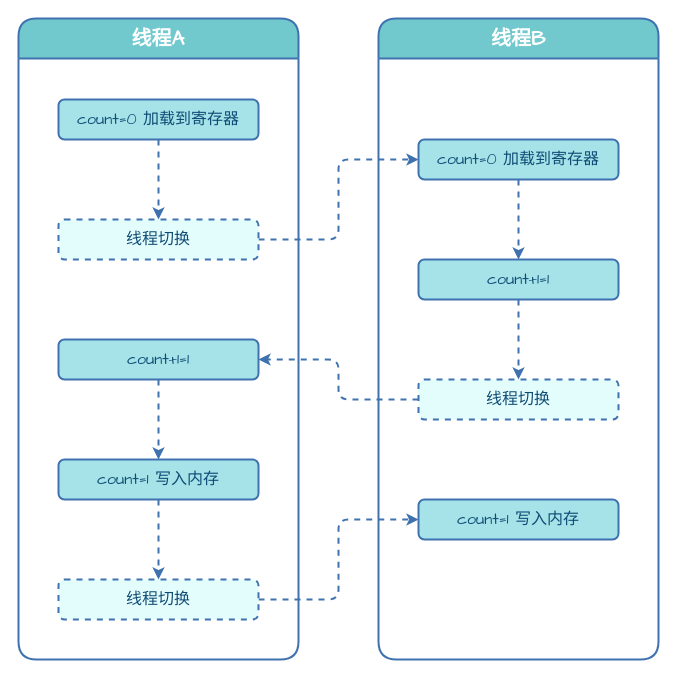
Before: page "多线程执行" (4 of 7) of assets/Java/JavaCore/并发/Java并发之线程.drawio in dunwu/waterdrop, a draw.io diagram. Source tidied: cells renumbered, new cells numbered last; positions are measured from the earlier drawing's top-left corner, leaving out a move shared by most shapes. Both pictures are drawn from the tidied source at 100%, with x=0, y=0 at pixel (18, 18).
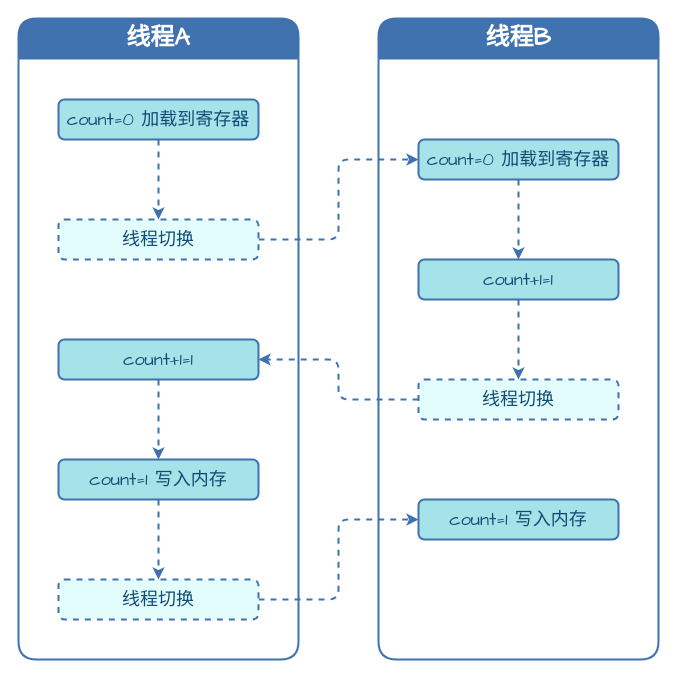
The same diagram, later.

Change to the diagram source:
```diff
@@
-    <mxCell id="2" style="edgeStyle=orthogonalEdgeStyle;shape=connector;rounded=0;jettySize=auto;html=1;entryX=0.5;entryY=0;entryDx=0;entryDy=0;dashed=1;labelBackgroundColor=default;strokeColor=#3F72AF;strokeWidth=2;align=center;verticalAlign=middle;fontFamily=Comic Sans MS;fontSize=11;fontColor=#0F4C75;startArrow=none;startFill=0;endArrow=classic;" parent="1" edge="1" source="3" target="6">
+    <mxCell id="2" style="edgeStyle=orthogonalEdgeStyle;shape=connector;rounded=0;jettySize=auto;html=1;entryX=0.5;entryY=0;entryDx=0;entryDy=0;dashed=1;labelBackgroundColor=default;strokeColor=#3F72AF;strokeWidth=2;align=center;verticalAlign=middle;fontFamily=Comic Sans MS;fontSize=18;fontColor=#0F4C75;startArrow=none;startFill=0;endArrow=classic;" parent="1" edge="1" source="3" target="6">
       <mxGeometry relative="1" as="geometry" />
     </mxCell>
-    <mxCell id="3" value="count=0 加载到寄存器" style="rounded=1;whiteSpace=wrap;html=1;hachureGap=4;strokeColor=#3F72AF;fontFamily=Comic Sans MS;fontSize=16;fillColor=#A6E3E9;fontStyle=0;shadow=0;strokeWidth=2;fontColor=#0F4C75;" parent="1" vertex="1">
+    <mxCell id="3" value="count=0 加载到寄存器" style="rounded=1;whiteSpace=wrap;html=1;hachureGap=4;strokeColor=#3F72AF;fontFamily=Comic Sans MS;fontSize=18;fillColor=#A6E3E9;fontStyle=0;shadow=0;strokeWidth=2;fontColor=#0F4C75;" parent="1" vertex="1">
       <mxGeometry x="40" y="81" width="200" height="40" as="geometry" />
     </mxCell>
-    <mxCell id="4" style="edgeStyle=orthogonalEdgeStyle;rounded=0;orthogonalLoop=1;jettySize=auto;html=1;exitX=0.5;exitY=1;exitDx=0;exitDy=0;fontColor=#0F4C75;fontFamily=Comic Sans MS;strokeWidth=2;strokeColor=#3F72AF;" parent="1" edge="1">
+    <mxCell id="4" style="edgeStyle=orthogonalEdgeStyle;rounded=0;orthogonalLoop=1;jettySize=auto;html=1;exitX=0.5;exitY=1;exitDx=0;exitDy=0;fontColor=#0F4C75;fontFamily=Comic Sans MS;strokeWidth=2;strokeColor=#3F72AF;fontSize=18;" parent="1" edge="1">
       <mxGeometry relative="1" as="geometry">
         <mxPoint x="300" y="361" as="sourcePoint" />
         <mxPoint x="300" y="361" as="targetPoint" />
       </mxGeometry>
     </mxCell>
-    <mxCell id="5" style="edgeStyle=orthogonalEdgeStyle;shape=connector;rounded=1;jettySize=auto;html=1;entryX=0;entryY=0.5;entryDx=0;entryDy=0;dashed=1;labelBackgroundColor=default;strokeColor=#3F72AF;strokeWidth=2;align=center;verticalAlign=middle;fontFamily=Comic Sans MS;fontSize=11;fontColor=#0F4C75;startArrow=none;startFill=0;endArrow=classic;" parent="1" edge="1" source="6" target="21">
+    <mxCell id="5" style="edgeStyle=orthogonalEdgeStyle;shape=connector;rounded=1;jettySize=auto;html=1;entryX=0;entryY=0.5;entryDx=0;entryDy=0;dashed=1;labelBackgroundColor=default;strokeColor=#3F72AF;strokeWidth=2;align=center;verticalAlign=middle;fontFamily=Comic Sans MS;fontSize=18;fontColor=#0F4C75;startArrow=none;startFill=0;endArrow=classic;" parent="1" edge="1" source="6" target="21">
       <mxGeometry relative="1" as="geometry" />
     </mxCell>
-    <mxCell id="6" value="线程切换" style="rounded=1;whiteSpace=wrap;html=1;hachureGap=4;strokeColor=#3F72AF;fontFamily=Comic Sans MS;fontSize=16;fillColor=#E3FDFD;fontStyle=0;shadow=0;fontColor=#0F4C75;strokeWidth=2;dashed=1;" parent="1" vertex="1">
+    <mxCell id="6" value="线程切换" style="rounded=1;whiteSpace=wrap;html=1;hachureGap=4;strokeColor=#3F72AF;fontFamily=Comic Sans MS;fontSize=18;fillColor=#E3FDFD;fontStyle=0;shadow=0;fontColor=#0F4C75;strokeWidth=2;dashed=1;" parent="1" vertex="1">
       <mxGeometry x="40" y="201" width="200" height="40" as="geometry" />
     </mxCell>
-    <mxCell id="7" style="edgeStyle=orthogonalEdgeStyle;shape=connector;rounded=1;jettySize=auto;html=1;entryX=1;entryY=0.5;entryDx=0;entryDy=0;dashed=1;labelBackgroundColor=default;strokeColor=#3F72AF;strokeWidth=2;align=center;verticalAlign=middle;fontFamily=Comic Sans MS;fontSize=11;fontColor=#0F4C75;startArrow=none;startFill=0;endArrow=classic;" parent="1" edge="1" source="19" target="10">
+    <mxCell id="7" style="edgeStyle=orthogonalEdgeStyle;shape=connector;rounded=1;jettySize=auto;html=1;entryX=1;entryY=0.5;entryDx=0;entryDy=0;dashed=1;labelBackgroundColor=default;strokeColor=#3F72AF;strokeWidth=2;align=center;verticalAlign=middle;fontFamily=Comic Sans MS;fontSize=18;fontColor=#0F4C75;startArrow=none;startFill=0;endArrow=classic;" parent="1" edge="1" source="19" target="10">
       <mxGeometry relative="1" as="geometry" />
     </mxCell>
-    <mxCell id="8" style="edgeStyle=orthogonalEdgeStyle;shape=connector;rounded=1;jettySize=auto;html=1;dashed=1;labelBackgroundColor=default;strokeColor=#3F72AF;strokeWidth=2;align=center;verticalAlign=middle;fontFamily=Comic Sans MS;fontSize=11;fontColor=#0F4C75;startArrow=none;startFill=0;endArrow=classic;entryX=0;entryY=0.5;entryDx=0;entryDy=0;" parent="1" edge="1" source="13" target="18">
+    <mxCell id="8" style="edgeStyle=orthogonalEdgeStyle;shape=connector;rounded=1;jettySize=auto;html=1;dashed=1;labelBackgroundColor=default;strokeColor=#3F72AF;strokeWidth=2;align=center;verticalAlign=middle;fontFamily=Comic Sans MS;fontSize=18;fontColor=#0F4C75;startArrow=none;startFill=0;endArrow=classic;entryX=0;entryY=0.5;entryDx=0;entryDy=0;" parent="1" edge="1" source="13" target="18">
       <mxGeometry relative="1" as="geometry" />
     </mxCell>
-    <mxCell id="9" value="线程A" style="swimlane;whiteSpace=wrap;html=1;fontFamily=Comic Sans MS;fontSize=20;fillColor=#71C9CE;strokeColor=#3F72AF;startSize=40;strokeWidth=2;fontColor=#FFFFFF;rounded=1;" parent="1" vertex="1">
+    <mxCell id="9" value="线程A" style="swimlane;whiteSpace=wrap;html=1;fontFamily=Comic Sans MS;fontSize=24;fillColor=#3F72AF;strokeColor=#3F72AF;startSize=40;strokeWidth=2;fontColor=#FFFFFF;rounded=1;" parent="1" vertex="1">
       <mxGeometry width="280" height="641" as="geometry" />
     </mxCell>
-    <mxCell id="10" value="count+1=1" style="rounded=1;whiteSpace=wrap;html=1;hachureGap=4;strokeColor=#3F72AF;fontFamily=Comic Sans MS;fontSize=16;fillColor=#A6E3E9;fontStyle=0;shadow=0;strokeWidth=2;fontColor=#0F4C75;" parent="9" vertex="1">
+    <mxCell id="10" value="count+1=1" style="rounded=1;whiteSpace=wrap;html=1;hachureGap=4;strokeColor=#3F72AF;fontFamily=Comic Sans MS;fontSize=18;fillColor=#A6E3E9;fontStyle=0;shadow=0;strokeWidth=2;fontColor=#0F4C75;" parent="9" vertex="1">
       <mxGeometry x="40" y="321" width="200" height="40" as="geometry" />
     </mxCell>
-    <mxCell id="11" value="count=1 写入内存" style="rounded=1;whiteSpace=wrap;html=1;hachureGap=4;strokeColor=#3F72AF;fontFamily=Comic Sans MS;fontSize=16;fillColor=#A6E3E9;fontStyle=0;shadow=0;strokeWidth=2;fontColor=#0F4C75;" parent="9" vertex="1">
+    <mxCell id="11" value="count=1 写入内存" style="rounded=1;whiteSpace=wrap;html=1;hachureGap=4;strokeColor=#3F72AF;fontFamily=Comic Sans MS;fontSize=18;fillColor=#A6E3E9;fontStyle=0;shadow=0;strokeWidth=2;fontColor=#0F4C75;" parent="9" vertex="1">
       <mxGeometry x="40" y="441" width="200" height="40" as="geometry" />
     </mxCell>
-    <mxCell id="12" style="edgeStyle=orthogonalEdgeStyle;shape=connector;rounded=0;jettySize=auto;html=1;dashed=1;labelBackgroundColor=default;strokeColor=#3F72AF;strokeWidth=2;align=center;verticalAlign=middle;fontFamily=Comic Sans MS;fontSize=11;fontColor=#0F4C75;startArrow=none;startFill=0;endArrow=classic;" parent="9" edge="1" source="10" target="11">
+    <mxCell id="12" style="edgeStyle=orthogonalEdgeStyle;shape=connector;rounded=0;jettySize=auto;html=1;dashed=1;labelBackgroundColor=default;strokeColor=#3F72AF;strokeWidth=2;align=center;verticalAlign=middle;fontFamily=Comic Sans MS;fontSize=18;fontColor=#0F4C75;startArrow=none;startFill=0;endArrow=classic;" parent="9" edge="1" source="10" target="11">
       <mxGeometry relative="1" as="geometry" />
     </mxCell>
-    <mxCell id="13" value="线程切换" style="rounded=1;whiteSpace=wrap;html=1;hachureGap=4;strokeColor=#3F72AF;fontFamily=Comic Sans MS;fontSize=16;fillColor=#E3FDFD;fontStyle=0;shadow=0;fontColor=#0F4C75;strokeWidth=2;dashed=1;" parent="9" vertex="1">
+    <mxCell id="13" value="线程切换" style="rounded=1;whiteSpace=wrap;html=1;hachureGap=4;strokeColor=#3F72AF;fontFamily=Comic Sans MS;fontSize=18;fillColor=#E3FDFD;fontStyle=0;shadow=0;fontColor=#0F4C75;strokeWidth=2;dashed=1;" parent="9" vertex="1">
       <mxGeometry x="40" y="561" width="200" height="40" as="geometry" />
     </mxCell>
-    <mxCell id="14" style="edgeStyle=orthogonalEdgeStyle;shape=connector;rounded=0;jettySize=auto;html=1;dashed=1;labelBackgroundColor=default;strokeColor=#3F72AF;strokeWidth=2;align=center;verticalAlign=middle;fontFamily=Comic Sans MS;fontSize=11;fontColor=#0F4C75;startArrow=none;startFill=0;endArrow=classic;" parent="9" edge="1" source="11" target="13">
+    <mxCell id="14" style="edgeStyle=orthogonalEdgeStyle;shape=connector;rounded=0;jettySize=auto;html=1;dashed=1;labelBackgroundColor=default;strokeColor=#3F72AF;strokeWidth=2;align=center;verticalAlign=middle;fontFamily=Comic Sans MS;fontSize=18;fontColor=#0F4C75;startArrow=none;startFill=0;endArrow=classic;" parent="9" edge="1" source="11" target="13">
       <mxGeometry relative="1" as="geometry" />
     </mxCell>
-    <mxCell id="15" value="线程B" style="swimlane;whiteSpace=wrap;html=1;fontFamily=Comic Sans MS;fontSize=20;fillColor=#71C9CE;strokeColor=#3F72AF;startSize=40;strokeWidth=2;fontColor=#FFFFFF;rounded=1;" parent="1" vertex="1">
+    <mxCell id="15" value="线程B" style="swimlane;whiteSpace=wrap;html=1;fontFamily=Comic Sans MS;fontSize=24;fillColor=#3F72AF;strokeColor=#3F72AF;startSize=40;strokeWidth=2;fontColor=#FFFFFF;rounded=1;" parent="1" vertex="1">
       <mxGeometry x="360" width="280" height="641" as="geometry" />
     </mxCell>
-    <mxCell id="16" value="count+1=1" style="rounded=1;whiteSpace=wrap;html=1;hachureGap=4;strokeColor=#3F72AF;fontFamily=Comic Sans MS;fontSize=16;fillColor=#A6E3E9;fontStyle=0;shadow=0;strokeWidth=2;fontColor=#0F4C75;" parent="15" vertex="1">
+    <mxCell id="16" value="count+1=1" style="rounded=1;whiteSpace=wrap;html=1;hachureGap=4;strokeColor=#3F72AF;fontFamily=Comic Sans MS;fontSize=18;fillColor=#A6E3E9;fontStyle=0;shadow=0;strokeWidth=2;fontColor=#0F4C75;" parent="15" vertex="1">
       <mxGeometry x="40" y="241" width="200" height="40" as="geometry" />
     </mxCell>
-    <mxCell id="17" style="edgeStyle=orthogonalEdgeStyle;shape=connector;rounded=0;jettySize=auto;html=1;dashed=1;labelBackgroundColor=default;strokeColor=#3F72AF;strokeWidth=2;align=center;verticalAlign=middle;fontFamily=Comic Sans MS;fontSize=11;fontColor=#0F4C75;startArrow=none;startFill=0;endArrow=classic;exitX=0.5;exitY=1;exitDx=0;exitDy=0;" parent="15" edge="1" source="21" target="16">
+    <mxCell id="17" style="edgeStyle=orthogonalEdgeStyle;shape=connector;rounded=0;jettySize=auto;html=1;dashed=1;labelBackgroundColor=default;strokeColor=#3F72AF;strokeWidth=2;align=center;verticalAlign=middle;fontFamily=Comic Sans MS;fontSize=18;fontColor=#0F4C75;startArrow=none;startFill=0;endArrow=classic;exitX=0.5;exitY=1;exitDx=0;exitDy=0;" parent="15" edge="1" source="21" target="16">
       <mxGeometry relative="1" as="geometry" />
     </mxCell>
-    <mxCell id="18" value="count=1 写入内存" style="rounded=1;whiteSpace=wrap;html=1;hachureGap=4;strokeColor=#3F72AF;fontFamily=Comic Sans MS;fontSize=16;fillColor=#A6E3E9;fontStyle=0;shadow=0;strokeWidth=2;fontColor=#0F4C75;" parent="15" vertex="1">
+    <mxCell id="18" value="count=1 写入内存" style="rounded=1;whiteSpace=wrap;html=1;hachureGap=4;strokeColor=#3F72AF;fontFamily=Comic Sans MS;fontSize=18;fillColor=#A6E3E9;fontStyle=0;shadow=0;strokeWidth=2;fontColor=#0F4C75;" parent="15" vertex="1">
       <mxGeometry x="40" y="481" width="200" height="40" as="geometry" />
     </mxCell>
-    <mxCell id="19" value="线程切换" style="rounded=1;whiteSpace=wrap;html=1;hachureGap=4;strokeColor=#3F72AF;fontFamily=Comic Sans MS;fontSize=16;fillColor=#E3FDFD;fontStyle=0;shadow=0;fontColor=#0F4C75;strokeWidth=2;dashed=1;" parent="15" vertex="1">
+    <mxCell id="19" value="线程切换" style="rounded=1;whiteSpace=wrap;html=1;hachureGap=4;strokeColor=#3F72AF;fontFamily=Comic Sans MS;fontSize=18;fillColor=#E3FDFD;fontStyle=0;shadow=0;fontColor=#0F4C75;strokeWidth=2;dashed=1;" parent="15" vertex="1">
       <mxGeometry x="40" y="361" width="200" height="40" as="geometry" />
     </mxCell>
-    <mxCell id="20" style="edgeStyle=orthogonalEdgeStyle;shape=connector;rounded=0;jettySize=auto;html=1;dashed=1;labelBackgroundColor=default;strokeColor=#3F72AF;strokeWidth=2;align=center;verticalAlign=middle;fontFamily=Comic Sans MS;fontSize=11;fontColor=#0F4C75;startArrow=none;startFill=0;endArrow=classic;" parent="15" edge="1" source="16" target="19">
+    <mxCell id="20" style="edgeStyle=orthogonalEdgeStyle;shape=connector;rounded=0;jettySize=auto;html=1;dashed=1;labelBackgroundColor=default;strokeColor=#3F72AF;strokeWidth=2;align=center;verticalAlign=middle;fontFamily=Comic Sans MS;fontSize=18;fontColor=#0F4C75;startArrow=none;startFill=0;endArrow=classic;" parent="15" edge="1" source="16" target="19">
       <mxGeometry relative="1" as="geometry" />
     </mxCell>
-    <mxCell id="21" value="count=0 加载到寄存器" style="rounded=1;whiteSpace=wrap;html=1;hachureGap=4;strokeColor=#3F72AF;fontFamily=Comic Sans MS;fontSize=16;fillColor=#A6E3E9;fontStyle=0;shadow=0;strokeWidth=2;fontColor=#0F4C75;" parent="15" vertex="1">
+    <mxCell id="21" value="count=0 加载到寄存器" style="rounded=1;whiteSpace=wrap;html=1;hachureGap=4;strokeColor=#3F72AF;fontFamily=Comic Sans MS;fontSize=18;fillColor=#A6E3E9;fontStyle=0;shadow=0;strokeWidth=2;fontColor=#0F4C75;" parent="15" vertex="1">
       <mxGeometry x="40" y="121" width="200" height="40" as="geometry" />
     </mxCell>
```
